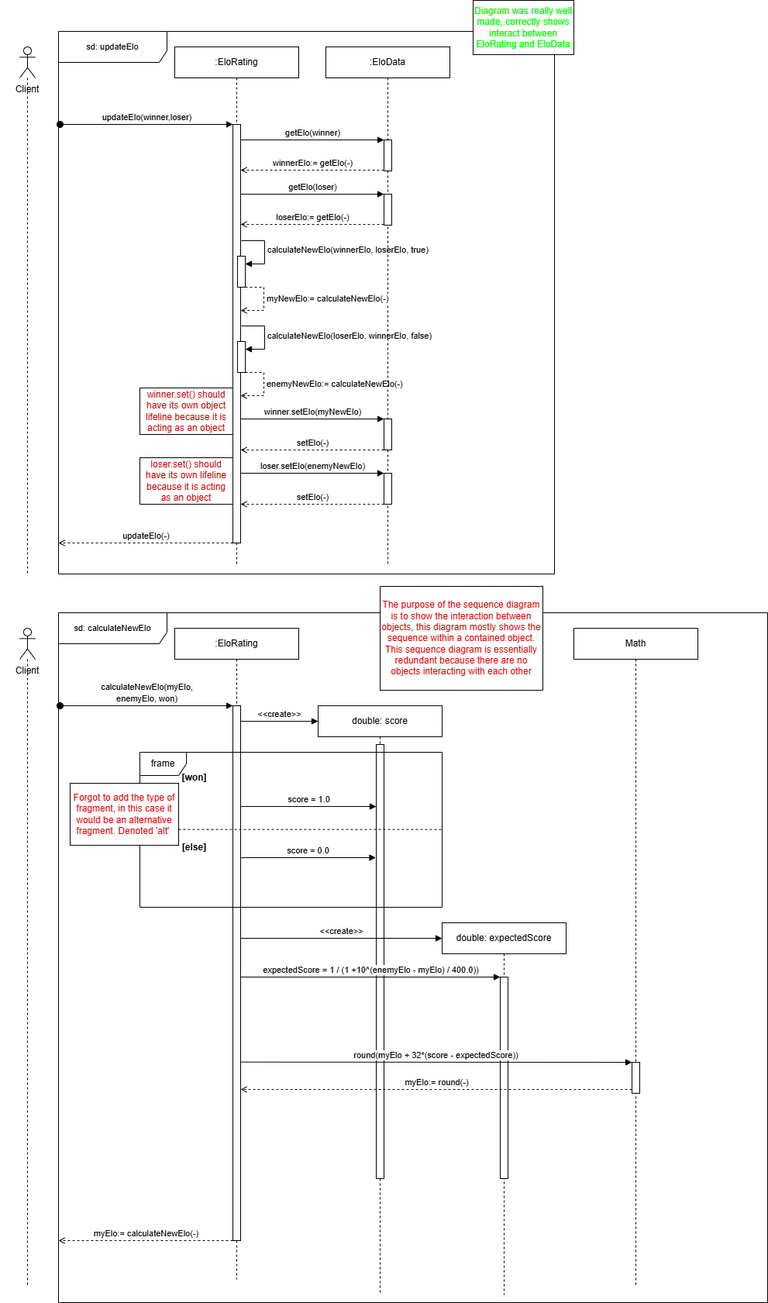
This is Iteration_2/Delta_Sequence_Annotations/sequence_diagram_eloRating_annotated.png from m-yoon02/Condensation, a draw.io export, as it was before one commit. Source tidied: cells renumbered, new cells last; positions are measured from the earlier drawing's top-left corner, leaving out a move shared by most shapes. Source of this version:
```xml
<mxGraphModel>
  <root>
    <mxCell id="0" />
    <mxCell id="1" parent="0" />
    <mxCell id="2" value="&lt;font style=&quot;font-size: 11px;&quot;&gt;sd: updateElo&lt;/font&gt;" style="shape=umlFrame;whiteSpace=wrap;html=1;width=140;height=40;" parent="1" vertex="1">
      <mxGeometry x="75" y="40" width="640" height="700" as="geometry" />
    </mxCell>
    <mxCell id="3" value="&lt;span style=&quot;font-size: 11px; text-wrap-mode: wrap; background-color: rgb(251, 251, 251);&quot;&gt;updateElo(winner,loser)&lt;/span&gt;" style="html=1;verticalAlign=bottom;startArrow=oval;startFill=1;endArrow=block;startSize=8;curved=0;rounded=0;fontSize=12;" parent="1" edge="1" target="6">
      <mxGeometry relative="1" as="geometry">
        <mxPoint x="77" y="160" as="sourcePoint" />
      </mxGeometry>
    </mxCell>
    <mxCell id="4" style="shape=umlLifeline;perimeter=lifelinePerimeter;whiteSpace=wrap;html=1;newEdgeStyle={&quot;curved&quot;:0,&quot;rounded&quot;:0};participant=umlActor;" parent="1" vertex="1">
      <mxGeometry x="25" y="60" width="20" height="680" as="geometry" />
    </mxCell>
    <mxCell id="5" value=":EloRating" style="shape=umlLifeline;perimeter=lifelinePerimeter;whiteSpace=wrap;html=1;newEdgeStyle={&quot;curved&quot;:0,&quot;rounded&quot;:0};" parent="1" vertex="1">
      <mxGeometry x="225" y="60" width="160" height="670" as="geometry" />
    </mxCell>
    <mxCell id="6" style="html=1;points=[[0,0,0,0,5],[0,1,0,0,-5],[1,0,0,0,5],[1,1,0,0,-5]];perimeter=orthogonalPerimeter;outlineConnect=0;targetShapes=umlLifeline;portConstraint=eastwest;newEdgeStyle={&quot;curved&quot;:0,&quot;rounded&quot;:0};" parent="5" vertex="1">
      <mxGeometry x="75" y="100" width="10" height="540" as="geometry" />
    </mxCell>
    <mxCell id="7" style="html=1;points=[[0,0,0,0,5],[0,1,0,0,-5],[1,0,0,0,5],[1,1,0,0,-5]];perimeter=orthogonalPerimeter;outlineConnect=0;targetShapes=umlLifeline;portConstraint=eastwest;newEdgeStyle={&quot;curved&quot;:0,&quot;rounded&quot;:0};" parent="5" vertex="1">
      <mxGeometry x="81" y="270" width="10" height="40" as="geometry" />
    </mxCell>
    <mxCell id="8" value="calculateNewElo(winnerElo, loserElo, true)" style="html=1;align=left;spacingLeft=2;endArrow=block;rounded=0;edgeStyle=orthogonalEdgeStyle;curved=0;rounded=0;" parent="5" edge="1" target="7">
      <mxGeometry relative="1" as="geometry">
        <mxPoint x="86" y="250" as="sourcePoint" />
        <Array as="points">
          <mxPoint x="116" y="280" />
        </Array>
      </mxGeometry>
    </mxCell>
    <mxCell id="9" style="html=1;points=[[0,0,0,0,5],[0,1,0,0,-5],[1,0,0,0,5],[1,1,0,0,-5]];perimeter=orthogonalPerimeter;outlineConnect=0;targetShapes=umlLifeline;portConstraint=eastwest;newEdgeStyle={&quot;curved&quot;:0,&quot;rounded&quot;:0};" parent="5" vertex="1">
      <mxGeometry x="81" y="380" width="10" height="40" as="geometry" />
    </mxCell>
    <mxCell id="10" value="calculateNewElo(loserElo, winnerElo, false)" style="html=1;align=left;spacingLeft=2;endArrow=block;rounded=0;edgeStyle=orthogonalEdgeStyle;curved=0;rounded=0;" parent="5" edge="1" target="9">
      <mxGeometry relative="1" as="geometry">
        <mxPoint x="86" y="360" as="sourcePoint" />
        <Array as="points">
          <mxPoint x="116" y="390" />
        </Array>
      </mxGeometry>
    </mxCell>
    <mxCell id="11" value="enemyNewElo:= calculateNewElo(-)" style="html=1;align=left;spacingLeft=2;endArrow=open;rounded=0;edgeStyle=orthogonalEdgeStyle;curved=0;rounded=0;endFill=0;dashed=1;" parent="5" edge="1">
      <mxGeometry relative="1" as="geometry">
        <mxPoint x="85" y="420" as="sourcePoint" />
        <mxPoint x="85" y="450" as="targetPoint" />
        <Array as="points">
          <mxPoint x="115" y="420" />
          <mxPoint x="115" y="450" />
        </Array>
      </mxGeometry>
    </mxCell>
    <mxCell id="12" value="updateElo(-)" style="html=1;verticalAlign=bottom;endArrow=open;curved=0;rounded=0;endFill=0;dashed=1;" parent="1" edge="1">
      <mxGeometry relative="1" as="geometry">
        <mxPoint x="300" y="700" as="sourcePoint" />
        <mxPoint x="75" y="700" as="targetPoint" />
      </mxGeometry>
    </mxCell>
    <mxCell id="13" value="Client" style="text;html=1;align=center;verticalAlign=middle;whiteSpace=wrap;rounded=0;" parent="1" vertex="1">
      <mxGeometry y="90" width="70" height="50" as="geometry" />
    </mxCell>
    <mxCell id="14" value=":EloData" style="shape=umlLifeline;perimeter=lifelinePerimeter;whiteSpace=wrap;html=1;newEdgeStyle={&quot;curved&quot;:0,&quot;rounded&quot;:0};" parent="1" vertex="1">
      <mxGeometry x="420" y="60" width="160" height="670" as="geometry" />
    </mxCell>
    <mxCell id="15" style="html=1;points=[[0,0,0,0,5],[0,1,0,0,-5],[1,0,0,0,5],[1,1,0,0,-5]];perimeter=orthogonalPerimeter;outlineConnect=0;targetShapes=umlLifeline;portConstraint=eastwest;newEdgeStyle={&quot;curved&quot;:0,&quot;rounded&quot;:0};" parent="14" vertex="1">
      <mxGeometry x="75" y="120" width="10" height="40" as="geometry" />
    </mxCell>
    <mxCell id="16" style="html=1;points=[[0,0,0,0,5],[0,1,0,0,-5],[1,0,0,0,5],[1,1,0,0,-5]];perimeter=orthogonalPerimeter;outlineConnect=0;targetShapes=umlLifeline;portConstraint=eastwest;newEdgeStyle={&quot;curved&quot;:0,&quot;rounded&quot;:0};" parent="14" vertex="1">
      <mxGeometry x="75" y="190" width="10" height="40" as="geometry" />
    </mxCell>
    <mxCell id="17" value="getElo(loser)" style="html=1;verticalAlign=bottom;endArrow=block;curved=0;rounded=0;" parent="14" edge="1" target="16">
      <mxGeometry relative="1" as="geometry">
        <mxPoint x="-110" y="190" as="sourcePoint" />
      </mxGeometry>
    </mxCell>
    <mxCell id="18" value="loserElo:= getElo(-)" style="html=1;verticalAlign=bottom;endArrow=open;curved=0;rounded=0;exitX=0;exitY=1;exitDx=0;exitDy=-5;exitPerimeter=0;dashed=1;endFill=0;" parent="14" edge="1">
      <mxGeometry relative="1" as="geometry">
        <mxPoint x="75" y="229" as="sourcePoint" />
        <mxPoint x="-110" y="229" as="targetPoint" />
      </mxGeometry>
    </mxCell>
    <mxCell id="19" style="html=1;perimeter=orthogonalPerimeter;targetShapes=umlLifeline;newEdgeStyle={&quot;curved&quot;:0,&quot;rounded&quot;:0};" parent="14" vertex="1">
      <mxGeometry x="75" y="480" width="10" height="40" as="geometry" />
    </mxCell>
    <mxCell id="20" style="html=1;perimeter=orthogonalPerimeter;targetShapes=umlLifeline;newEdgeStyle={&quot;curved&quot;:0,&quot;rounded&quot;:0};" parent="14" vertex="1">
      <mxGeometry x="75" y="550" width="10" height="40" as="geometry" />
    </mxCell>
    <mxCell id="21" value="loser.setElo(enemyNewElo)" style="html=1;verticalAlign=bottom;endArrow=block;curved=0;rounded=0;" parent="14" edge="1">
      <mxGeometry relative="1" as="geometry">
        <mxPoint x="-110" y="550" as="sourcePoint" />
        <mxPoint x="75" y="550" as="targetPoint" />
      </mxGeometry>
    </mxCell>
    <mxCell id="22" value="setElo(-)" style="html=1;verticalAlign=bottom;endArrow=open;curved=0;rounded=0;exitX=0;exitY=1;exitDx=0;exitDy=-5;exitPerimeter=0;dashed=1;endFill=0;" parent="14" edge="1">
      <mxGeometry relative="1" as="geometry">
        <mxPoint x="75" y="590" as="sourcePoint" />
        <mxPoint x="-110" y="590" as="targetPoint" />
      </mxGeometry>
    </mxCell>
    <mxCell id="23" value="getElo(winner)" style="html=1;verticalAlign=bottom;endArrow=block;curved=0;rounded=0;" parent="1" edge="1" target="15">
      <mxGeometry relative="1" as="geometry">
        <mxPoint x="310" y="180" as="sourcePoint" />
      </mxGeometry>
    </mxCell>
    <mxCell id="24" value="winnerElo:= getElo(-)" style="html=1;verticalAlign=bottom;endArrow=open;curved=0;rounded=0;exitX=0;exitY=1;exitDx=0;exitDy=-5;exitPerimeter=0;dashed=1;endFill=0;" parent="1" edge="1">
      <mxGeometry relative="1" as="geometry">
        <mxPoint x="495" y="219" as="sourcePoint" />
        <mxPoint x="310" y="219" as="targetPoint" />
      </mxGeometry>
    </mxCell>
    <mxCell id="25" value="myNewElo:= calculateNewElo(-)" style="html=1;align=left;spacingLeft=2;endArrow=open;rounded=0;edgeStyle=orthogonalEdgeStyle;curved=0;rounded=0;endFill=0;dashed=1;" parent="1" edge="1" target="6">
      <mxGeometry relative="1" as="geometry">
        <mxPoint x="310" y="370" as="sourcePoint" />
        <Array as="points">
          <mxPoint x="340" y="370" />
          <mxPoint x="340" y="400" />
        </Array>
      </mxGeometry>
    </mxCell>
    <mxCell id="26" value="winner.setElo(myNewElo)" style="html=1;verticalAlign=bottom;endArrow=block;curved=0;rounded=0;" parent="1" edge="1">
      <mxGeometry relative="1" as="geometry">
        <mxPoint x="310" y="540" as="sourcePoint" />
        <mxPoint x="495" y="540" as="targetPoint" />
      </mxGeometry>
    </mxCell>
    <mxCell id="27" value="setElo(-)" style="html=1;verticalAlign=bottom;endArrow=open;curved=0;rounded=0;exitX=0;exitY=1;exitDx=0;exitDy=-5;exitPerimeter=0;dashed=1;endFill=0;" parent="1" edge="1">
      <mxGeometry relative="1" as="geometry">
        <mxPoint x="495" y="580" as="sourcePoint" />
        <mxPoint x="310" y="580" as="targetPoint" />
      </mxGeometry>
    </mxCell>
    <mxCell id="28" value="&lt;font style=&quot;font-size: 11px;&quot;&gt;sd: calculateNewElo&lt;/font&gt;" style="shape=umlFrame;whiteSpace=wrap;html=1;width=140;height=40;" parent="1" vertex="1">
      <mxGeometry x="75" y="790" width="915" height="890" as="geometry" />
    </mxCell>
    <mxCell id="29" value="&lt;span style=&quot;font-size: 11px; text-wrap-mode: wrap; background-color: rgb(251, 251, 251);&quot;&gt;calculateNewElo(myElo, enemyElo, won)&lt;/span&gt;" style="html=1;verticalAlign=bottom;startArrow=oval;startFill=1;endArrow=block;startSize=8;curved=0;rounded=0;fontSize=12;" parent="1" edge="1" target="32">
      <mxGeometry relative="1" as="geometry">
        <mxPoint x="77" y="910" as="sourcePoint" />
      </mxGeometry>
    </mxCell>
    <mxCell id="30" style="shape=umlLifeline;perimeter=lifelinePerimeter;whiteSpace=wrap;html=1;newEdgeStyle={&quot;curved&quot;:0,&quot;rounded&quot;:0};participant=umlActor;" parent="1" vertex="1">
      <mxGeometry x="25" y="810" width="20" height="850" as="geometry" />
    </mxCell>
    <mxCell id="31" value=":EloRating" style="shape=umlLifeline;perimeter=lifelinePerimeter;whiteSpace=wrap;html=1;newEdgeStyle={&quot;curved&quot;:0,&quot;rounded&quot;:0};" parent="1" vertex="1">
      <mxGeometry x="225" y="810" width="160" height="840" as="geometry" />
    </mxCell>
    <mxCell id="32" style="html=1;points=[[0,0,0,0,5],[0,1,0,0,-5],[1,0,0,0,5],[1,1,0,0,-5]];perimeter=orthogonalPerimeter;outlineConnect=0;targetShapes=umlLifeline;portConstraint=eastwest;newEdgeStyle={&quot;curved&quot;:0,&quot;rounded&quot;:0};" parent="31" vertex="1">
      <mxGeometry x="75" y="100" width="10" height="690" as="geometry" />
    </mxCell>
    <mxCell id="33" value="myElo:= calculateNewElo(-)" style="html=1;verticalAlign=bottom;endArrow=open;curved=0;rounded=0;endFill=0;dashed=1;" parent="1" edge="1">
      <mxGeometry relative="1" as="geometry">
        <mxPoint x="300" y="1600" as="sourcePoint" />
        <mxPoint x="75" y="1600" as="targetPoint" />
      </mxGeometry>
    </mxCell>
    <mxCell id="34" value="Client" style="text;html=1;align=center;verticalAlign=middle;whiteSpace=wrap;rounded=0;" parent="1" vertex="1">
      <mxGeometry y="840" width="70" height="50" as="geometry" />
    </mxCell>
    <mxCell id="35" value="double: score" style="shape=umlLifeline;perimeter=lifelinePerimeter;whiteSpace=wrap;html=1;newEdgeStyle={&quot;curved&quot;:0,&quot;rounded&quot;:0};" parent="1" vertex="1">
      <mxGeometry x="410" y="910" width="160" height="760" as="geometry" />
    </mxCell>
    <mxCell id="36" style="html=1;points=[[0,0,0,0,5],[0,1,0,0,-5],[1,0,0,0,5],[1,1,0,0,-5]];perimeter=orthogonalPerimeter;outlineConnect=0;targetShapes=umlLifeline;portConstraint=eastwest;newEdgeStyle={&quot;curved&quot;:0,&quot;rounded&quot;:0};" parent="35" vertex="1">
      <mxGeometry x="75" y="50" width="10" height="560" as="geometry" />
    </mxCell>
    <mxCell id="37" value="&amp;lt;&amp;lt;create&amp;gt;&amp;gt;" style="html=1;verticalAlign=bottom;endArrow=block;curved=0;rounded=0;" parent="1" edge="1" source="32">
      <mxGeometry relative="1" as="geometry">
        <mxPoint x="410" y="930" as="targetPoint" />
      </mxGeometry>
    </mxCell>
    <mxCell id="38" value="frame" style="shape=umlFrame;whiteSpace=wrap;html=1;" parent="1" vertex="1">
      <mxGeometry x="180" y="970" width="390" height="200" as="geometry" />
    </mxCell>
    <mxCell id="39" value="[won]" style="text;align=center;fontStyle=1;verticalAlign=middle;spacingLeft=3;spacingRight=3;strokeColor=none;html=1;" parent="1" vertex="1">
      <mxGeometry x="210" y="990" width="80" height="26" as="geometry" />
    </mxCell>
    <mxCell id="40" value="score = 1.0" style="html=1;verticalAlign=bottom;endArrow=block;curved=0;rounded=0;" parent="1" edge="1" target="36">
      <mxGeometry relative="1" as="geometry">
        <mxPoint x="310" y="1040" as="sourcePoint" />
      </mxGeometry>
    </mxCell>
    <mxCell id="41" style="endArrow=none;dashed=1;html=1;rounded=0;exitX=0.005;exitY=0.498;exitDx=0;exitDy=0;exitPerimeter=0;entryX=1.004;entryY=0.498;entryDx=0;entryDy=0;entryPerimeter=0;" parent="1" edge="1" source="38" target="38">
      <mxGeometry relative="1" as="geometry" />
    </mxCell>
    <mxCell id="42" value="[else]" style="text;align=center;fontStyle=1;verticalAlign=middle;spacingLeft=3;spacingRight=3;strokeColor=none;html=1;" parent="1" vertex="1">
      <mxGeometry x="210" y="1080" width="80" height="26" as="geometry" />
    </mxCell>
    <mxCell id="43" value="score = 0.0" style="html=1;verticalAlign=bottom;endArrow=block;curved=0;rounded=0;" parent="1" edge="1">
      <mxGeometry relative="1" as="geometry">
        <mxPoint x="309.5" y="1106" as="sourcePoint" />
        <mxPoint x="484.5" y="1106" as="targetPoint" />
      </mxGeometry>
    </mxCell>
    <mxCell id="44" value="double: expectedScore" style="shape=umlLifeline;perimeter=lifelinePerimeter;whiteSpace=wrap;html=1;newEdgeStyle={&quot;curved&quot;:0,&quot;rounded&quot;:0};" parent="1" vertex="1">
      <mxGeometry x="570" y="1190" width="160" height="480" as="geometry" />
    </mxCell>
    <mxCell id="45" style="html=1;points=[[0,0,0,0,5],[0,1,0,0,-5],[1,0,0,0,5],[1,1,0,0,-5]];perimeter=orthogonalPerimeter;outlineConnect=0;targetShapes=umlLifeline;portConstraint=eastwest;newEdgeStyle={&quot;curved&quot;:0,&quot;rounded&quot;:0};" parent="44" vertex="1">
      <mxGeometry x="75" y="70" width="10" height="260" as="geometry" />
    </mxCell>
    <mxCell id="46" value="&amp;lt;&amp;lt;create&amp;gt;&amp;gt;" style="html=1;verticalAlign=bottom;endArrow=block;curved=0;rounded=0;" parent="1" edge="1" source="32">
      <mxGeometry relative="1" as="geometry">
        <mxPoint x="570" y="1210" as="targetPoint" />
      </mxGeometry>
    </mxCell>
    <mxCell id="47" value="expectedScore =&amp;nbsp;1 / (1 +10^(enemyElo - myElo) / 400.0))" style="html=1;verticalAlign=bottom;endArrow=block;curved=0;rounded=0;" parent="1" edge="1" target="45">
      <mxGeometry relative="1" as="geometry">
        <mxPoint x="310" y="1260" as="sourcePoint" />
      </mxGeometry>
    </mxCell>
    <mxCell id="48" value="Math" style="shape=umlLifeline;perimeter=lifelinePerimeter;whiteSpace=wrap;html=1;newEdgeStyle={&quot;curved&quot;:0,&quot;rounded&quot;:0};" parent="1" vertex="1">
      <mxGeometry x="740" y="810" width="160" height="850" as="geometry" />
    </mxCell>
    <mxCell id="49" style="html=1;points=[[0,0,0,0,5],[0,1,0,0,-5],[1,0,0,0,5],[1,1,0,0,-5]];perimeter=orthogonalPerimeter;outlineConnect=0;targetShapes=umlLifeline;portConstraint=eastwest;newEdgeStyle={&quot;curved&quot;:0,&quot;rounded&quot;:0};" parent="48" vertex="1">
      <mxGeometry x="75" y="560" width="10" height="40" as="geometry" />
    </mxCell>
    <mxCell id="50" value="round(myElo + 32*(score - expectedScore))" style="html=1;verticalAlign=bottom;endArrow=block;curved=0;rounded=0;" parent="1" edge="1" target="49">
      <mxGeometry relative="1" as="geometry">
        <mxPoint x="310" y="1369.7" as="sourcePoint" />
      </mxGeometry>
    </mxCell>
    <mxCell id="51" value="myElo:= round(-)" style="html=1;verticalAlign=bottom;endArrow=open;curved=0;rounded=0;exitX=0;exitY=1;exitDx=0;exitDy=-5;exitPerimeter=0;dashed=1;endFill=0;" parent="1" edge="1" source="49" target="32">
      <mxGeometry relative="1" as="geometry" />
    </mxCell>
    <mxCell id="52" value="&lt;font color=&quot;#de0000&quot;&gt;Forgot to add the type of fragment, in this case it would be an alternative fragment. Denoted 'alt'&amp;nbsp;&lt;/font&gt;" style="rounded=0;whiteSpace=wrap;html=1;" parent="1" vertex="1">
      <mxGeometry x="90" y="1010" width="140" height="80" as="geometry" />
    </mxCell>
    <mxCell id="53" value="&lt;font color=&quot;#de0000&quot;&gt;The purpose of the sequence diagram is to show the interaction between objects, this diagram mostly shows the sequence within a contained object. This sequence diagram is essentially redundant because there are no objects interacting with each other&lt;/font&gt;" style="rounded=0;whiteSpace=wrap;html=1;" parent="1" vertex="1">
      <mxGeometry x="490" y="756" width="210" height="134" as="geometry" />
    </mxCell>
    <mxCell id="54" value="&lt;font color=&quot;#00ff00&quot;&gt;Diagram was really well made, correctly shows interact between EloRating and EloData&lt;/font&gt;" style="rounded=0;whiteSpace=wrap;html=1;" parent="1" vertex="1">
      <mxGeometry x="610" width="130" height="70" as="geometry" />
    </mxCell>
    <mxCell id="55" value="&lt;font color=&quot;#cc0000&quot;&gt;winner.set() should have its own object lifeline because it is acting as an object&lt;/font&gt;" style="rounded=0;whiteSpace=wrap;html=1;" parent="1" vertex="1">
      <mxGeometry x="180" y="500" width="120" height="60" as="geometry" />
    </mxCell>
    <mxCell id="56" value="&lt;font color=&quot;#cc0000&quot;&gt;loser.set() should have its own lifeline because it is acting as an object&lt;/font&gt;" style="rounded=0;whiteSpace=wrap;html=1;" parent="1" vertex="1">
      <mxGeometry x="180" y="590" width="120" height="60" as="geometry" />
    </mxCell>
  </root>
</mxGraphModel>
```
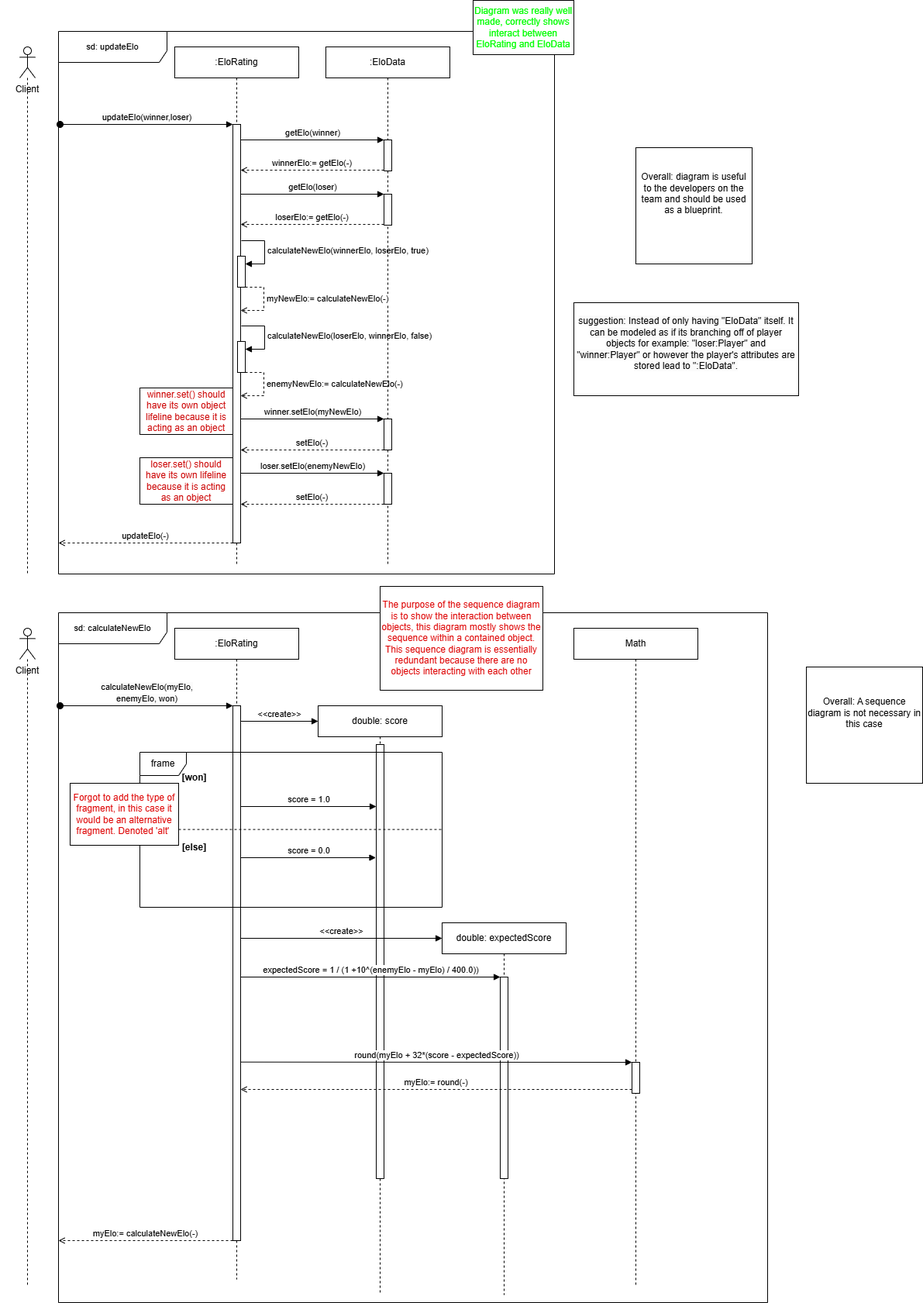
After the change.

Commit message:
Updated eloRating annotation, added more comments

Change to the diagram source:
```diff
@@ -235,5 +235,14 @@
     <mxCell id="56" value="&lt;font color=&quot;#cc0000&quot;&gt;loser.set() should have its own lifeline because it is acting as an object&lt;/font&gt;" style="rounded=0;whiteSpace=wrap;html=1;" parent="1" vertex="1">
       <mxGeometry x="180" y="590" width="120" height="60" as="geometry" />
     </mxCell>
+    <mxCell id="57" value="&lt;font style=&quot;font-size: 12px;&quot;&gt;Overall: diagram is useful to the developers on the team and should be used as a blueprint.&lt;/font&gt;&lt;div style=&quot;&quot;&gt;&lt;font style=&quot;font-size: 12px;&quot;&gt;&lt;br&gt;&lt;/font&gt;&lt;/div&gt;&lt;div style=&quot;font-size: 14px;&quot;&gt;&lt;br&gt;&lt;/div&gt;" style="whiteSpace=wrap;html=1;" parent="1" vertex="1">
+      <mxGeometry x="820" y="190" width="150" height="150" as="geometry" />
+    </mxCell>
+    <mxCell id="58" value="&#10;&lt;span style=&quot;color: rgb(0, 0, 0); font-family: Helvetica; font-size: 12px; font-style: normal; font-variant-ligatures: normal; font-variant-caps: normal; font-weight: 400; letter-spacing: normal; orphans: 2; text-align: center; text-indent: 0px; text-transform: none; widows: 2; word-spacing: 0px; -webkit-text-stroke-width: 0px; white-space: normal; background-color: rgb(251, 251, 251); text-decoration-thickness: initial; text-decoration-style: initial; text-decoration-color: initial; display: inline !important; float: none;&quot;&gt;suggestion: Instead of only having &quot;EloData&quot; itself. It can be modeled as if its branching off of player objects for example: &quot;loser:Player&quot; and &quot;winner:Player&quot; or however the player's attributes are stored lead to &quot;:EloData&quot;.&lt;/span&gt;&#10;&#10;" style="rounded=0;whiteSpace=wrap;html=1;" parent="1" vertex="1">
+      <mxGeometry x="740" y="390" width="290" height="120" as="geometry" />
+    </mxCell>
+    <mxCell id="59" value="&lt;font style=&quot;font-size: 12px;&quot;&gt;Overall: A sequence diagram is not necessary in this case&lt;/font&gt;&lt;div style=&quot;&quot;&gt;&lt;font style=&quot;font-size: 12px;&quot;&gt;&lt;br&gt;&lt;/font&gt;&lt;/div&gt;&lt;div style=&quot;font-size: 14px;&quot;&gt;&lt;br&gt;&lt;/div&gt;" style="whiteSpace=wrap;html=1;" parent="1" vertex="1">
+      <mxGeometry x="1040" y="860" width="150" height="150" as="geometry" />
+    </mxCell>
   </root>
 </mxGraphModel>
```
